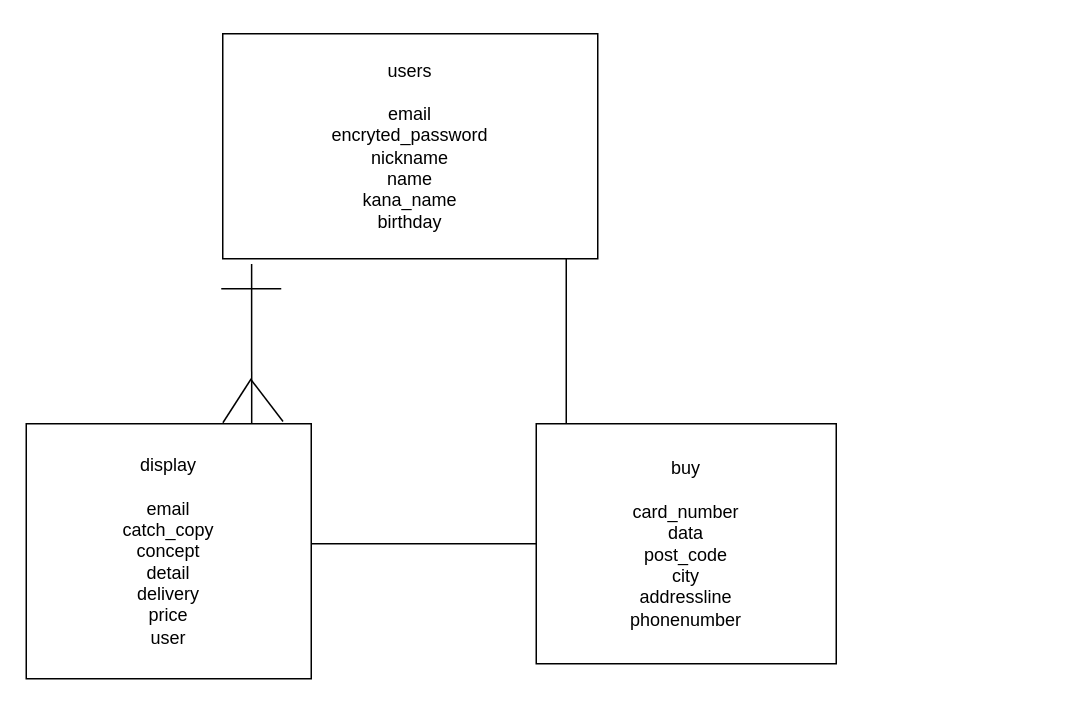
Above: data.dio in daikikameda/furima2-36166 (draw.io), before the change. Source tidied: cells renumbered, new cells numbered last; positions are measured from the earlier drawing's top-left corner, leaving out a move shared by most shapes. Both pictures are drawn from the tidied source at 150%, with x=0, y=0 at pixel (26, 33).
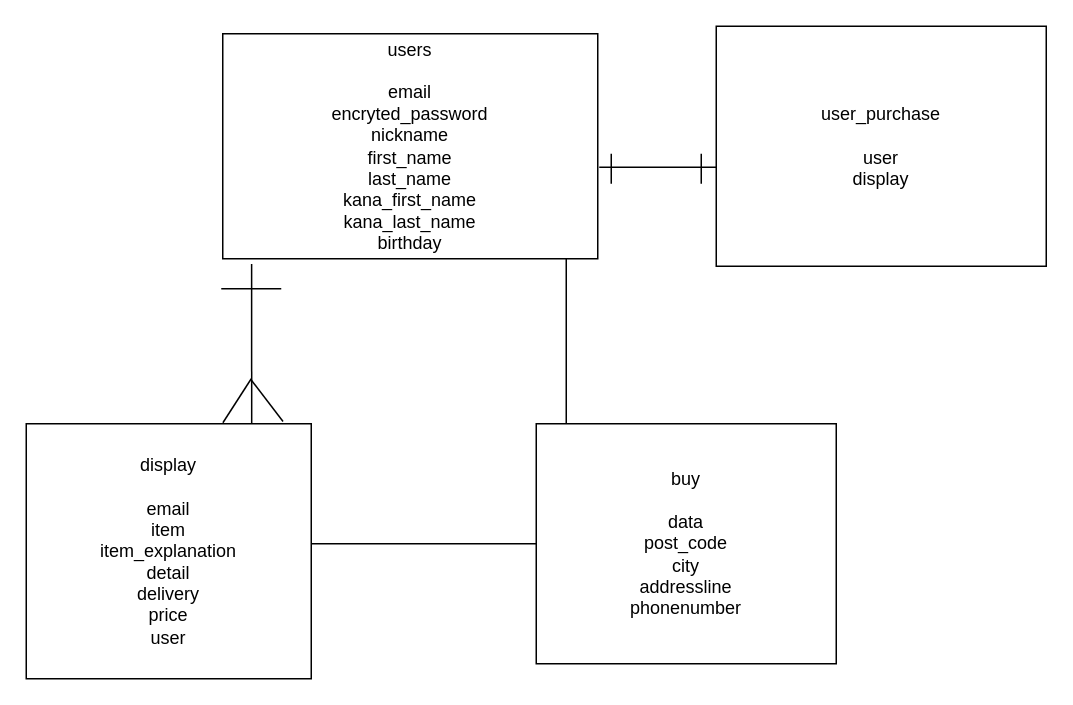
The same page after the edit.

Commit message (it also covers changes not shown here):
２回目の修正

The edit, as a diff of the source:
```diff
@@
-    <mxCell id="2" value="users&lt;br&gt;&lt;br&gt;email&lt;br&gt;encryted_password&lt;br&gt;nickname&lt;br&gt;name&lt;br&gt;kana_name&lt;br&gt;birthday" style="whiteSpace=wrap;html=1;" parent="1" vertex="1">
+    <mxCell id="2" value="users&lt;br&gt;&lt;br&gt;email&lt;br&gt;encryted_password&lt;br&gt;nickname&lt;br&gt;first_name&lt;br&gt;last_name&lt;br&gt;kana_first_name&lt;br&gt;kana_last_name&lt;br&gt;birthday" style="whiteSpace=wrap;html=1;" parent="1" vertex="1">
       <mxGeometry x="131" width="250" height="150" as="geometry" />
     </mxCell>
-    <mxCell id="3" value="display&lt;br&gt;&lt;br&gt;email&lt;br&gt;catch_copy&lt;br&gt;concept&lt;br&gt;detail&lt;br&gt;delivery&lt;br&gt;price&lt;br&gt;user" style="rounded=0;whiteSpace=wrap;html=1;" parent="1" vertex="1">
+    <mxCell id="3" value="display&lt;br&gt;&lt;br&gt;email&lt;br&gt;item&lt;br&gt;item_explanation&lt;br&gt;detail&lt;br&gt;delivery&lt;br&gt;price&lt;br&gt;user" style="rounded=0;whiteSpace=wrap;html=1;" parent="1" vertex="1">
       <mxGeometry y="260" width="190" height="170" as="geometry" />
     </mxCell>
-    <mxCell id="4" value="buy&lt;br&gt;&lt;br&gt;card_number&lt;br&gt;data&lt;br&gt;post_code&lt;br&gt;city&lt;br&gt;addressline&lt;br&gt;phonenumber" style="rounded=0;whiteSpace=wrap;html=1;" parent="1" vertex="1">
+    <mxCell id="4" value="buy&lt;br&gt;&lt;br&gt;data&lt;br&gt;post_code&lt;br&gt;city&lt;br&gt;addressline&lt;br&gt;phonenumber" style="rounded=0;whiteSpace=wrap;html=1;" parent="1" vertex="1">
       <mxGeometry x="340" y="260" width="200" height="160" as="geometry" />
     </mxCell>
@@
+    <mxCell id="11" value="user_purchase&lt;br&gt;&lt;br&gt;user&lt;br&gt;display" style="rounded=0;whiteSpace=wrap;html=1;" parent="1" vertex="1">
+      <mxGeometry x="460" y="-5" width="220" height="160" as="geometry" />
+    </mxCell>
+    <mxCell id="12" style="endArrow=none;html=1;entryX=-0.009;entryY=0.588;entryDx=0;entryDy=0;entryPerimeter=0;" parent="1" edge="1">
+      <mxGeometry relative="1" as="geometry">
+        <mxPoint x="382" y="89" as="sourcePoint" />
+        <mxPoint x="460" y="89.1" as="targetPoint" />
+        <Array as="points">
+          <mxPoint x="460" y="89" />
+        </Array>
+      </mxGeometry>
+    </mxCell>
+    <mxCell id="13" style="endArrow=none;html=1;" parent="1" edge="1">
+      <mxGeometry relative="1" as="geometry">
+        <mxPoint x="390" y="100" as="sourcePoint" />
+        <mxPoint x="390" y="80" as="targetPoint" />
+      </mxGeometry>
+    </mxCell>
+    <mxCell id="14" style="endArrow=none;html=1;" parent="1" edge="1">
+      <mxGeometry relative="1" as="geometry">
+        <mxPoint x="450" y="100" as="sourcePoint" />
+        <mxPoint x="450" y="80" as="targetPoint" />
+      </mxGeometry>
+    </mxCell>
```
